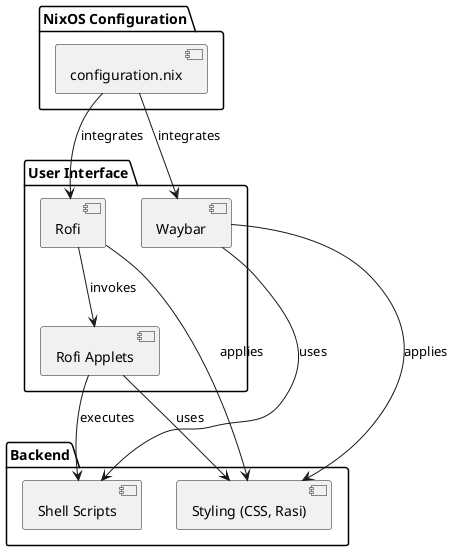
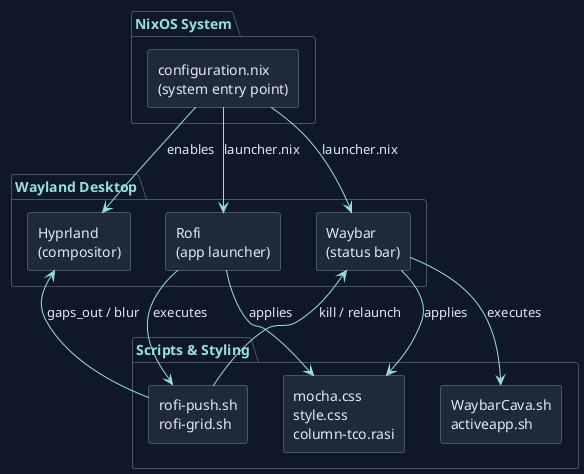
@startuml integration-logic
- !define PROCESS (P, #BBAAEE)
+ !theme plain
+ skinparam backgroundColor #0f172a
+ skinparam defaultFontColor #e2e8f0
+ skinparam arrowColor #94e2d5
+ skinparam borderColor #475569
+ skinparam shadowing false

- skinparam monochrome true
- 
- package "NixOS Configuration" {
-   [configuration.nix] as root
+ skinparam rectangle {
+   BackgroundColor #1e293b
+   BorderColor #475569
+   FontColor #e2e8f0
+ }
+ skinparam package {
+   BackgroundColor #0f172a
+   BorderColor #475569
+   FontColor #94e2d5
}

- package "User Interface" {
-   [Rofi] as rofi
-   [Waybar] as waybar
-   [Rofi Applets] as applets
+ package "NixOS System" {
+   rectangle "configuration.nix\n(system entry point)" as root
}

- package "Backend" {
-   [Shell Scripts] as scripts
-   [Styling (CSS, Rasi)] as styles
+ package "Wayland Desktop" {
+   rectangle "Hyprland\n(compositor)" as hypr
+   rectangle "Waybar\n(status bar)" as waybar
+   rectangle "Rofi\n(app launcher)" as rofi
}

- root --> rofi : integrates
- root --> waybar : integrates
- rofi --> applets : invokes
+ package "Scripts & Styling" {
+   rectangle "WaybarCava.sh\nactiveapp.sh" as wscripts
+   rectangle "rofi-push.sh\nrofi-grid.sh" as rscripts
+   rectangle "mocha.css\nstyle.css\ncolumn-tco.rasi" as styles
+ }
+ 
+ root --> hypr : enables
+ root --> waybar : launcher.nix
+ root --> rofi : launcher.nix
+ waybar --> wscripts : executes
+ waybar --> styles : applies
+ rofi --> rscripts : executes
rofi --> styles : applies
- applets --> styles : uses
- applets --> scripts : executes
- waybar --> styles : applies
- waybar --> scripts : uses
+ rscripts --> hypr : gaps_out / blur
+ rscripts --> waybar : kill / relaunch

@enduml
